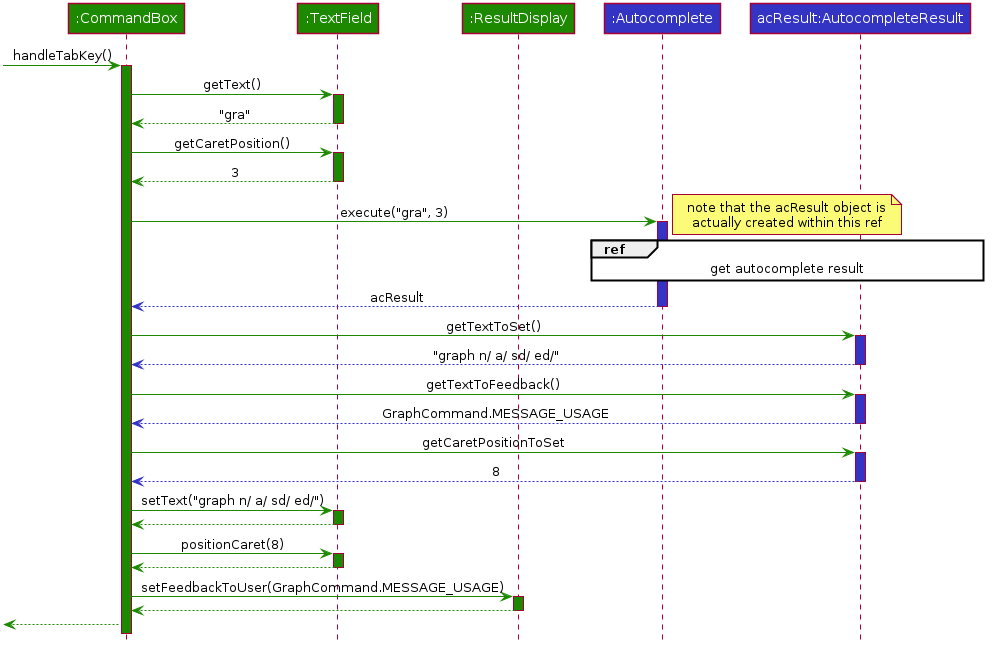
Before: docs/images/CommandAutocompleteSequenceDiagram.png, a diagram exported from PlantUML (nus-cs2103-AY1920S2/addressbook-level3).
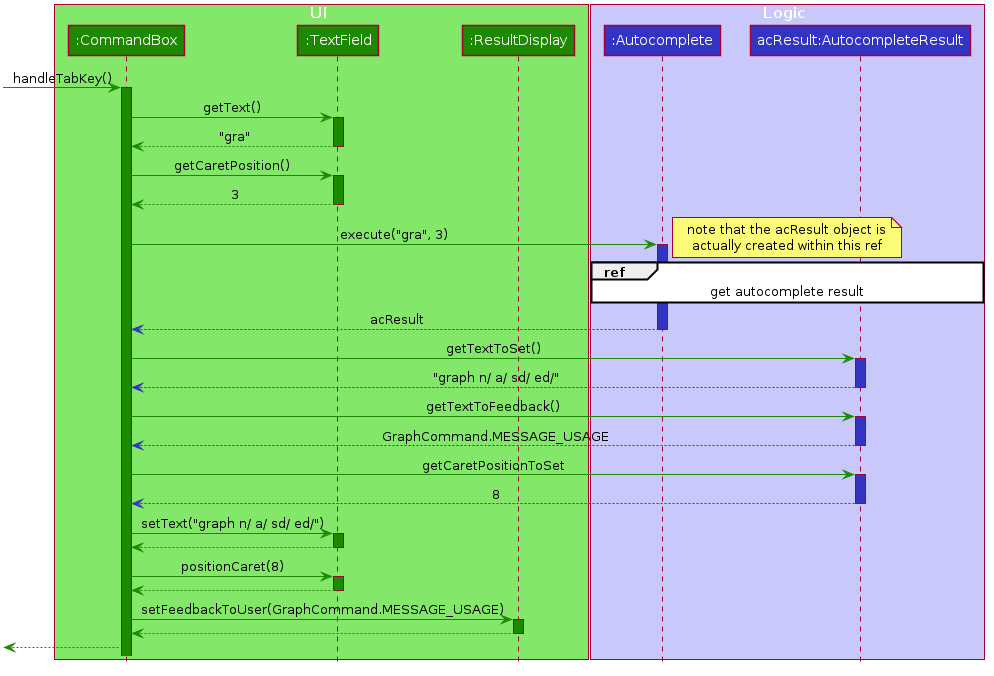
After the commit.

Diff of the diagram source:
```diff
@@ -48,11 +48,15 @@
 hide members
 hide circle
 
+box UI #83E769
 Participant ":CommandBox" as commandBox #1D8900
 Participant ":TextField" as textField #1D8900
 Participant ":ResultDisplay" as resultDisplay #1D8900
+end box
+box Logic #C8C8FA
 Participant ":Autocomplete" as autoComplete #3333C4
 Participant "acResult:AutocompleteResult" as autoCompleteResult #3333C4
+end box
 
 -[#1D8900]> commandBox : handleTabKey()
 activate commandBox #1D8900
@@ -77,23 +81,6 @@
 note that the acResult object is
 actually created within this ref
 end note
-
-
-
-
-
-
-
-
-
-
-
-
-
-
-
-
-
 
 autoComplete -[#3333C4]-> commandBox : acResult
 deactivate autoComplete
```
